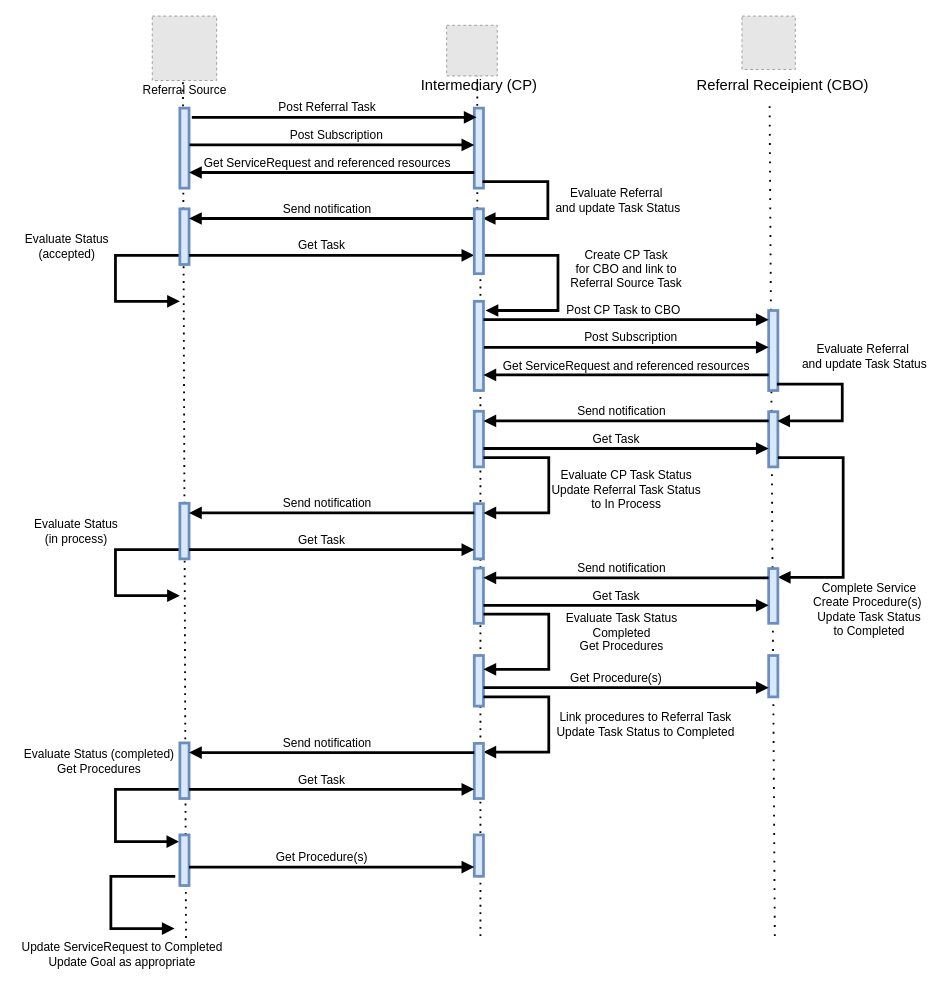
This is Images Source/IndirectReferralDetail.drawio from HL7/fhir-sdoh-clinicalcare, a draw.io file, before an edit. Source tidied: cells renumbered, new cells numbered last; positions are measured from the earlier drawing's top-left corner, leaving out a move shared by most shapes. Both pictures are drawn from the tidied source at 92%, with x=0, y=0 at pixel (16, 16). Pictures stored in the file or linked from it are replaced by grey dashed boxes.
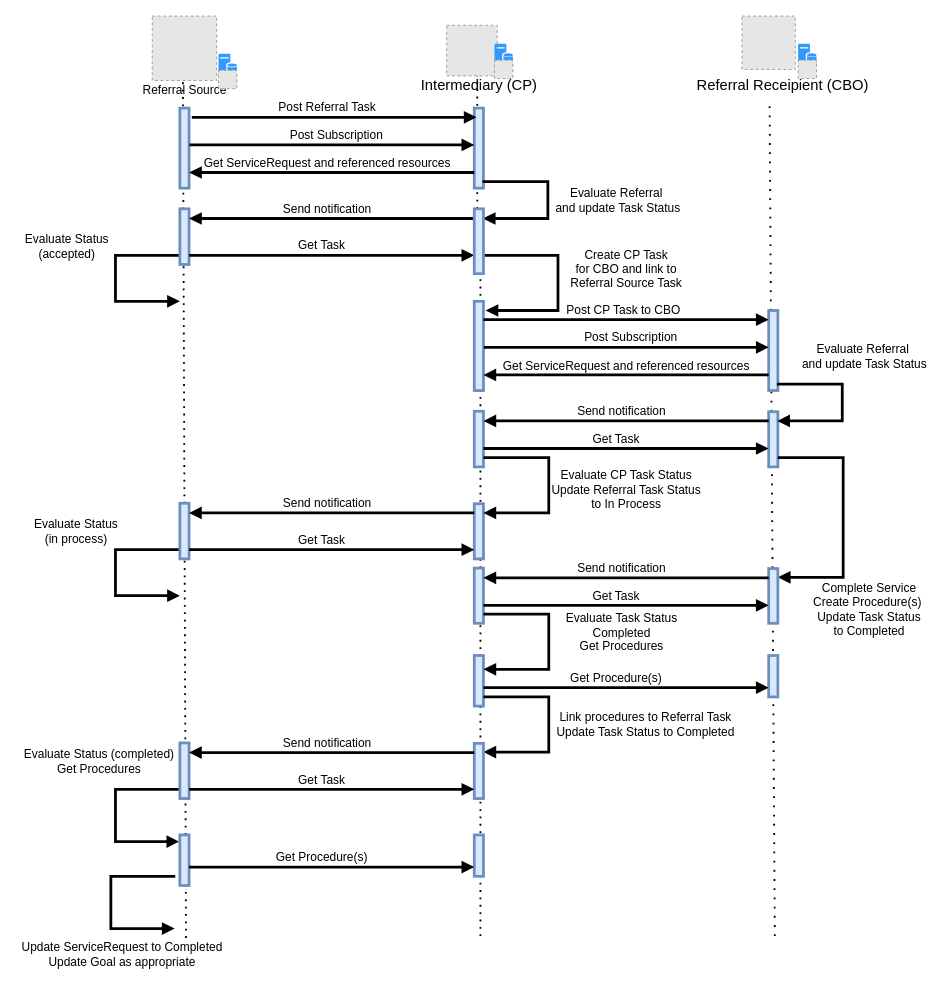
The same diagram, later.

The edit, as a diff of the source:
```diff
@@
+    <mxCell id="72" style="group;" parent="1" vertex="1">
+      <mxGeometry x="220" y="41" width="20" height="44" as="geometry" />
+    </mxCell>
+    <mxCell id="73" style="sketch=0;shadow=0;dashed=0;html=1;strokeColor=none;labelPosition=center;verticalLabelPosition=bottom;verticalAlign=top;align=center;fillColor=#3399FF;shape=mxgraph.mscae.enterprise.database_server;fontSize=12;fontColor=#990000;" parent="72" vertex="1">
+      <mxGeometry width="20" height="26.3" as="geometry" />
+    </mxCell>
+    <mxCell id="74" style="fillColor=#E6E6E6;strokeColor=#999999;dashed=1;verticalLabelPosition=bottom;verticalAlign=top;fontSize=13;fontColor=#000066;" parent="72" vertex="1">
+      <mxGeometry y="17.9" width="20" height="20" as="geometry" />
+    </mxCell>
+    <mxCell id="75" style="group;" parent="1" vertex="1">
+      <mxGeometry x="520" y="30" width="20" height="44" as="geometry" />
+    </mxCell>
+    <mxCell id="76" style="sketch=0;shadow=0;dashed=0;html=1;strokeColor=none;labelPosition=center;verticalLabelPosition=bottom;verticalAlign=top;align=center;fillColor=#3399FF;shape=mxgraph.mscae.enterprise.database_server;fontSize=12;fontColor=#990000;" parent="75" vertex="1">
+      <mxGeometry width="20" height="26.3" as="geometry" />
+    </mxCell>
+    <mxCell id="77" style="fillColor=#E6E6E6;strokeColor=#999999;dashed=1;verticalLabelPosition=bottom;verticalAlign=top;fontSize=13;fontColor=#000066;" parent="75" vertex="1">
+      <mxGeometry y="17.9" width="20" height="20" as="geometry" />
+    </mxCell>
+    <mxCell id="78" style="sketch=0;shadow=0;dashed=0;html=1;strokeColor=none;labelPosition=center;verticalLabelPosition=bottom;verticalAlign=top;align=center;fillColor=#3399FF;shape=mxgraph.mscae.enterprise.database_server;fontSize=12;fontColor=#990000;" parent="1" vertex="1">
+      <mxGeometry x="850" y="30" width="20" height="26.3" as="geometry" />
+    </mxCell>
+    <mxCell id="79" style="fillColor=#E6E6E6;strokeColor=#999999;dashed=1;verticalLabelPosition=bottom;verticalAlign=top;fontSize=13;fontColor=#000066;" parent="1" vertex="1">
+      <mxGeometry x="850" y="47.9" width="20" height="20" as="geometry" />
+    </mxCell>
```
